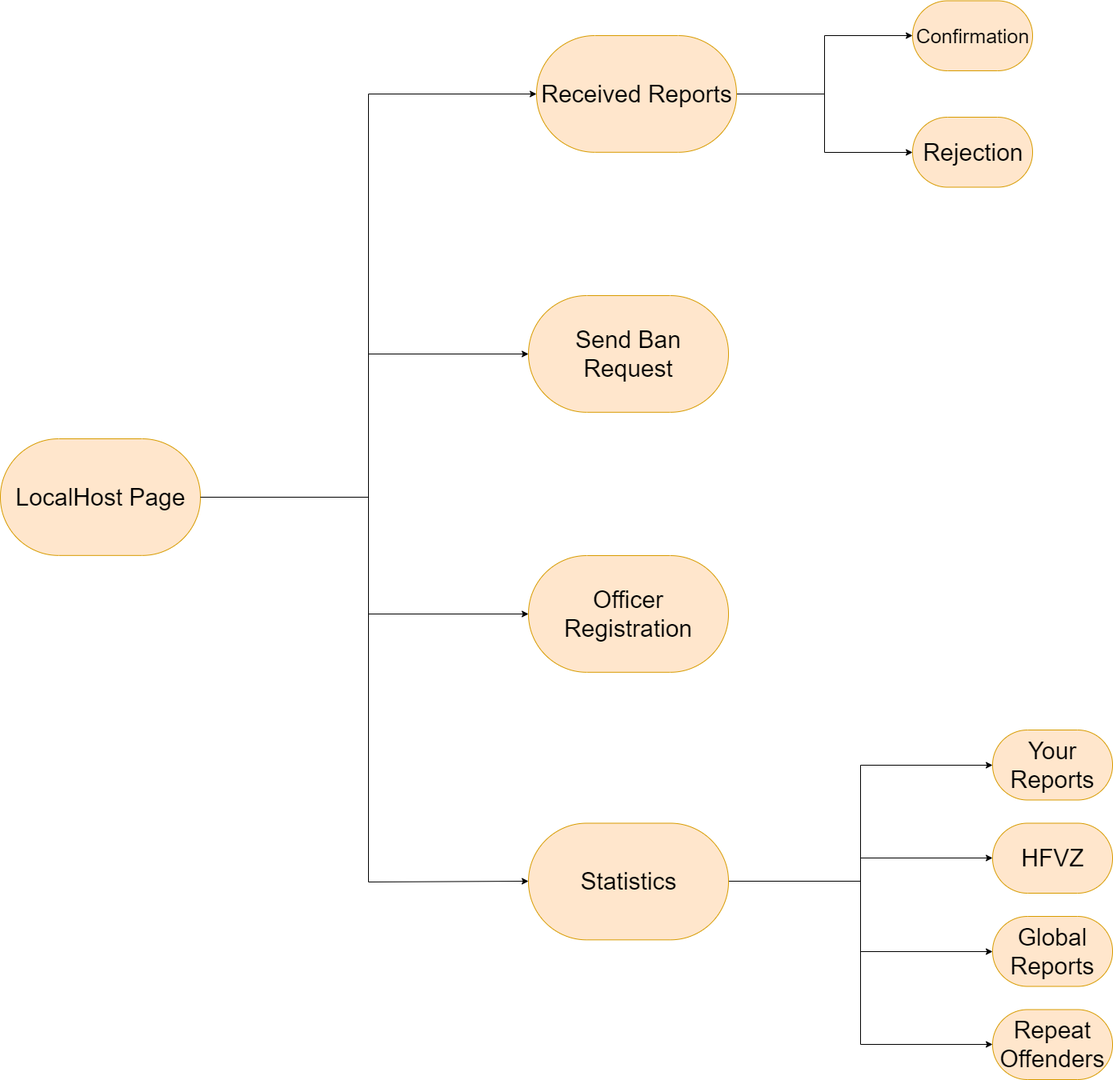
The draw.io diagram DD/images/UX/AuthorityUX.png in marcuz1996/Software-Engineering-Project, before a commit. Source tidied: cells renumbered, new cells last; positions are measured from the earlier drawing's top-left corner, leaving out a move shared by most shapes.
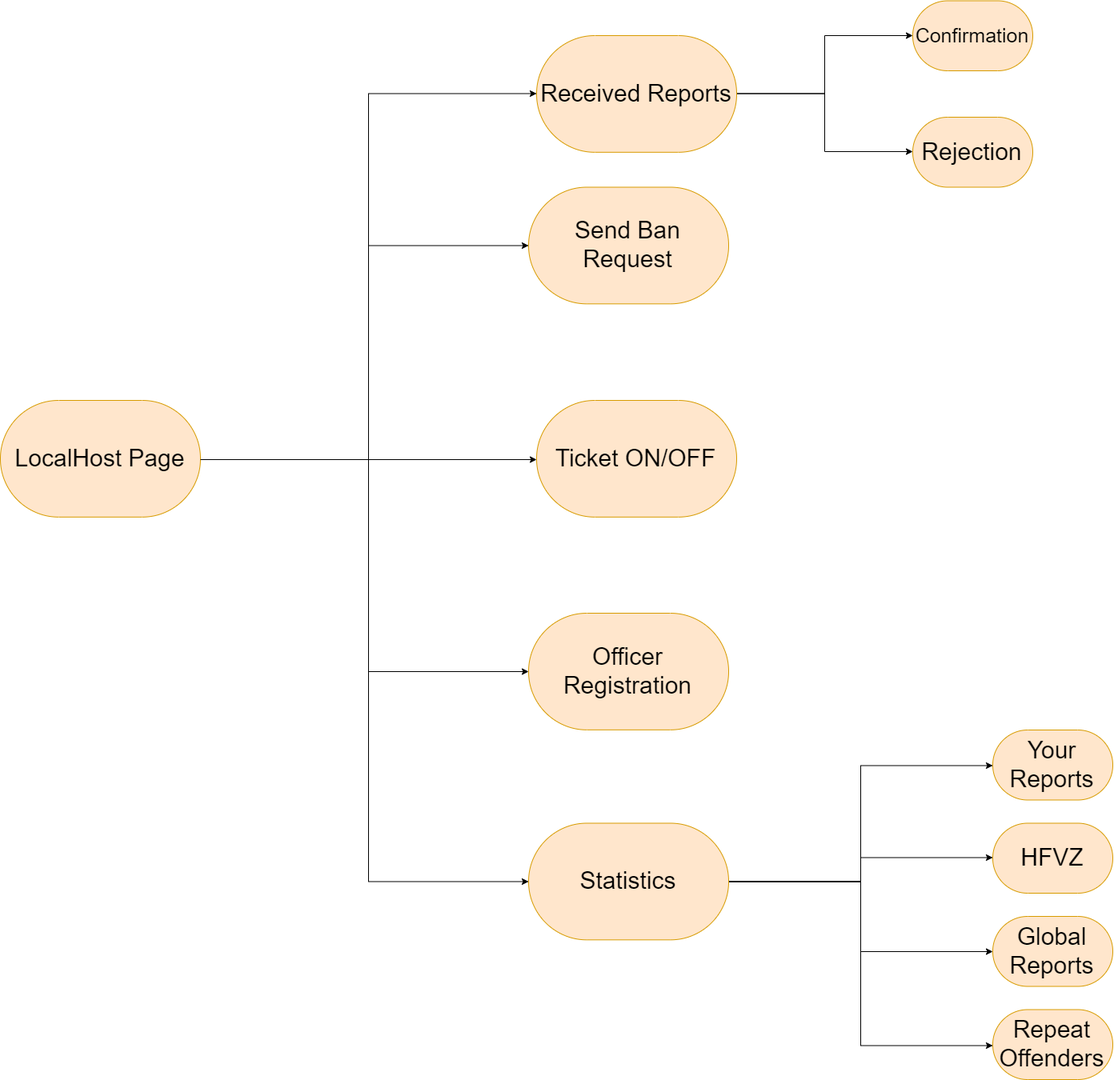
The same file after the commit.

What changed in the source:
```diff
@@ -5,7 +5,7 @@
     <mxCell id="2" style="edgeStyle=orthogonalEdgeStyle;rounded=0;jettySize=auto;html=1;entryX=0;entryY=0;entryDx=0;entryDy=72.915;entryPerimeter=0;" parent="1" edge="1" source="5" target="19">
       <mxGeometry relative="1" as="geometry">
         <Array as="points">
-          <mxPoint x="460" y="621" />
+          <mxPoint x="460" y="573" />
           <mxPoint x="460" y="117" />
         </Array>
       </mxGeometry>
@@ -13,32 +13,35 @@
     <mxCell id="3" style="edgeStyle=orthogonalEdgeStyle;rounded=0;jettySize=auto;html=1;entryX=0;entryY=0;entryDx=0;entryDy=72.915;entryPerimeter=0;" parent="1" edge="1" source="5" target="22">
       <mxGeometry relative="1" as="geometry">
         <Array as="points">
-          <mxPoint x="460" y="621" />
-          <mxPoint x="460" y="442" />
+          <mxPoint x="460" y="573" />
+          <mxPoint x="460" y="306" />
         </Array>
       </mxGeometry>
     </mxCell>
     <mxCell id="4" style="edgeStyle=orthogonalEdgeStyle;rounded=0;jettySize=auto;html=1;entryX=0;entryY=0;entryDx=0;entryDy=72.915;entryPerimeter=0;" parent="1" edge="1" source="5" target="7">
       <mxGeometry relative="1" as="geometry">
         <Array as="points">
-          <mxPoint x="460" y="621" />
-          <mxPoint x="460" y="767" />
+          <mxPoint x="460" y="573" />
+          <mxPoint x="460" y="839" />
         </Array>
       </mxGeometry>
     </mxCell>
+    <mxCell id="23" style="edgeStyle=orthogonalEdgeStyle;rounded=0;jettySize=auto;html=1;entryX=0;entryY=0;entryDx=0;entryDy=72.915;entryPerimeter=0;" parent="1" edge="1" source="5" target="24">
+      <mxGeometry relative="1" as="geometry" />
+    </mxCell>
     <mxCell id="5" value="&lt;font style=&quot;font-size: 30px&quot;&gt;LocalHost Page&lt;/font&gt;" style="html=1;outlineConnect=0;whiteSpace=wrap;fillColor=#ffe6cc;shape=mxgraph.archimate3.service;strokeColor=#d79b00;" parent="1" vertex="1">
-      <mxGeometry y="548" width="250" height="145.8" as="geometry" />
+      <mxGeometry y="500" width="250" height="145.8" as="geometry" />
     </mxCell>
     <mxCell id="6" style="edgeStyle=orthogonalEdgeStyle;rounded=0;jettySize=auto;html=1;entryX=0;entryY=0;entryDx=0;entryDy=72.915;entryPerimeter=0;exitX=0;exitY=0;exitDx=250;exitDy=72.915;exitPerimeter=0;" parent="1" edge="1" source="5" target="12">
       <mxGeometry relative="1" as="geometry">
         <Array as="points">
-          <mxPoint x="460" y="621" />
-          <mxPoint x="460" y="1102" />
+          <mxPoint x="460" y="573" />
+          <mxPoint x="460" y="1101" />
         </Array>
       </mxGeometry>
     </mxCell>
     <mxCell id="7" value="&lt;font style=&quot;font-size: 30px&quot;&gt;Officer Registration&lt;br&gt;&lt;/font&gt;" style="html=1;outlineConnect=0;whiteSpace=wrap;fillColor=#ffe6cc;shape=mxgraph.archimate3.service;strokeColor=#d79b00;" parent="1" vertex="1">
-      <mxGeometry x="660" y="694" width="250" height="145.8" as="geometry" />
+      <mxGeometry x="660" y="766" width="250" height="145.8" as="geometry" />
     </mxCell>
     <mxCell id="8" style="edgeStyle=orthogonalEdgeStyle;rounded=0;jettySize=auto;html=1;entryX=0;entryY=0;entryDx=0;entryDy=43.75;entryPerimeter=0;" parent="1" edge="1" source="12" target="13">
       <mxGeometry relative="1" as="geometry" />
@@ -83,7 +86,10 @@
       <mxGeometry x="1140" y="146" width="150" height="87.5" as="geometry" />
     </mxCell>
     <mxCell id="22" value="&lt;font style=&quot;font-size: 30px&quot;&gt;Send Ban Request&lt;br&gt;&lt;/font&gt;" style="html=1;outlineConnect=0;whiteSpace=wrap;fillColor=#ffe6cc;shape=mxgraph.archimate3.service;strokeColor=#d79b00;" parent="1" vertex="1">
-      <mxGeometry x="660" y="369" width="250" height="145.8" as="geometry" />
+      <mxGeometry x="660" y="233.5" width="250" height="145.8" as="geometry" />
     </mxCell>
+    <mxCell id="24" value="&lt;font style=&quot;font-size: 30px&quot;&gt;Ticket ON/OFF&lt;br&gt;&lt;/font&gt;" style="html=1;outlineConnect=0;whiteSpace=wrap;fillColor=#ffe6cc;shape=mxgraph.archimate3.service;strokeColor=#d79b00;" parent="1" vertex="1">
+      <mxGeometry x="670" y="500" width="250" height="145.8" as="geometry" />
+    </mxCell>
   </root>
 </mxGraphModel>
```
